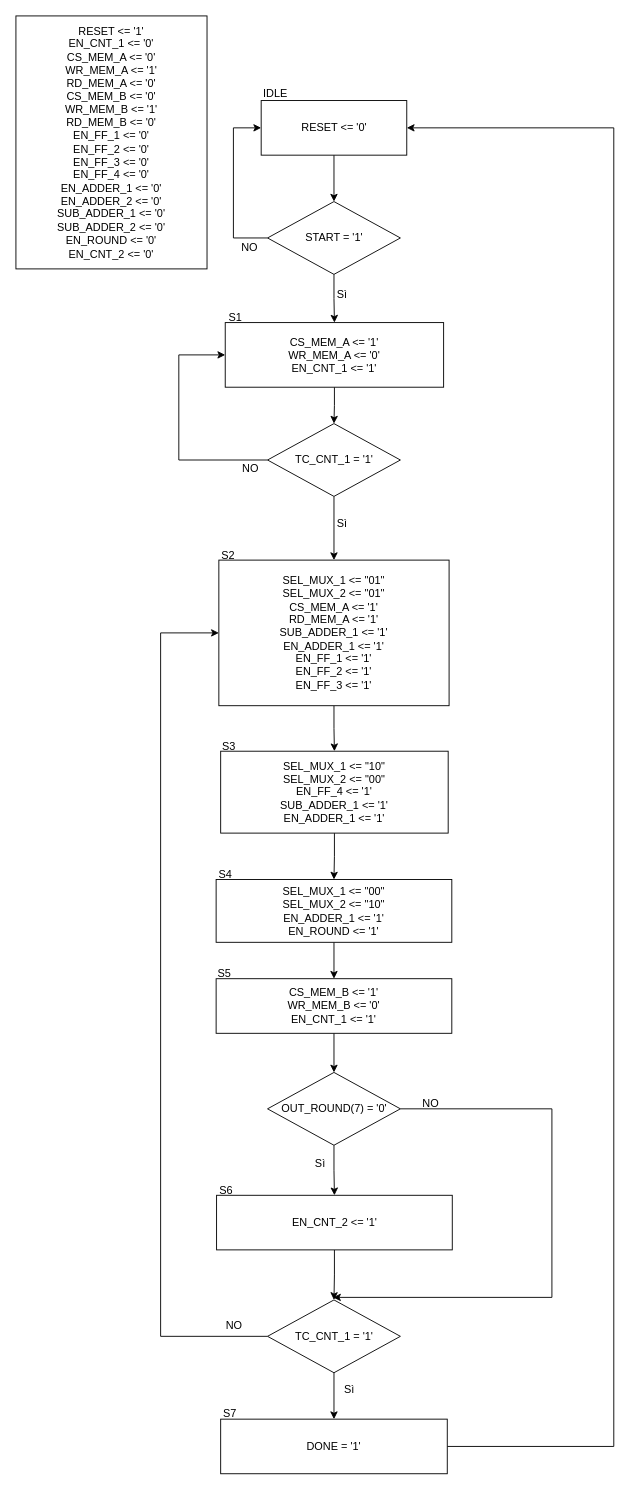
Earlier version of the draw.io diagram lab6/Control ASM.drawio (leobel96/Polito-ESD-NeuralNetwork). Source tidied: cells renumbered, new cells numbered last; positions are measured from the earlier drawing's top-left corner, leaving out a move shared by most shapes. Both pictures are drawn from the tidied source at 91%, with x=0, y=0 at pixel (15, 15).
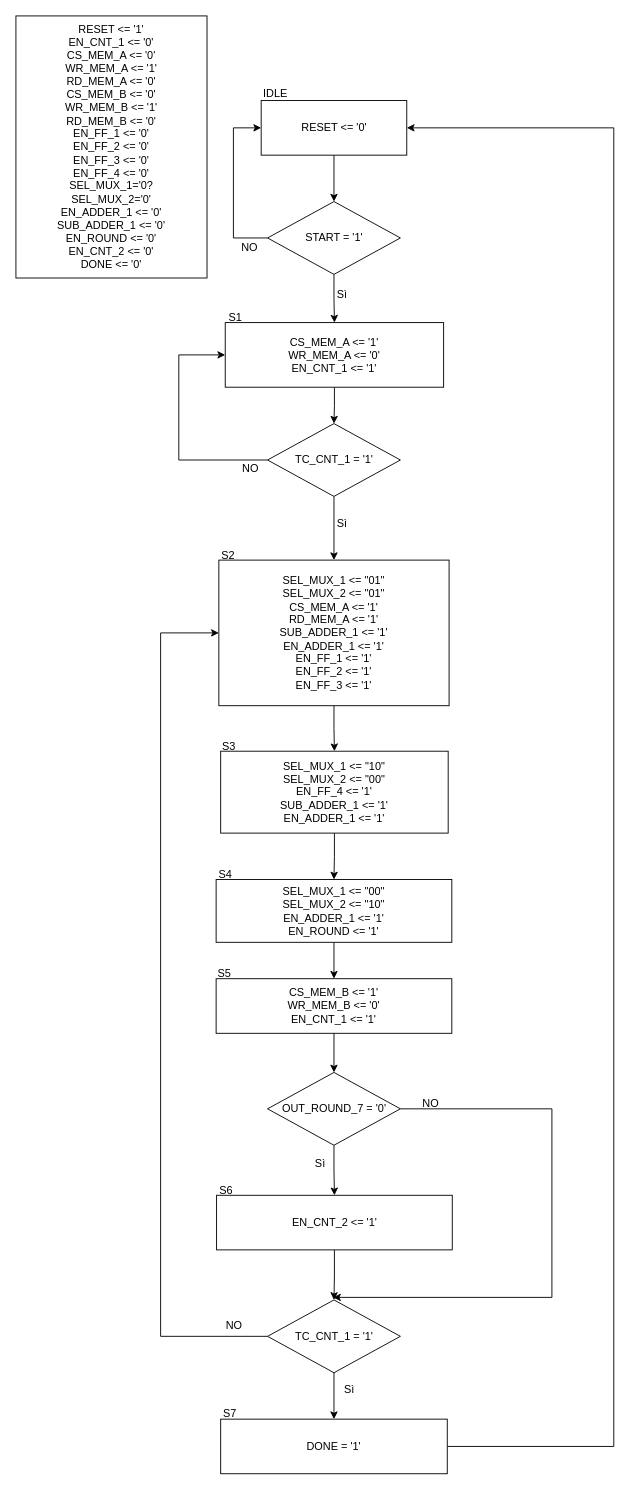
The same diagram, later.

Diff of the diagram source:
```diff
@@
-    <mxCell id="36" value="OUT_ROUND(7) = '0'" style="rhombus;whiteSpace=wrap;html=1;" parent="1" vertex="1">
+    <mxCell id="36" value="OUT_ROUND_7 = '0'" style="rhombus;whiteSpace=wrap;html=1;" parent="1" vertex="1">
       <mxGeometry x="276.5" y="1161" width="146" height="80" as="geometry" />
     </mxCell>
@@
-    <mxCell id="46" value="&lt;div&gt;RESET &amp;lt;= '1'&lt;/div&gt;&lt;div&gt;EN_CNT_1 &amp;lt;= '0'&lt;/div&gt;&lt;div&gt;CS_MEM_A &amp;lt;= '0'&lt;/div&gt;&lt;div&gt;WR_MEM_A &amp;lt;= '1'&lt;/div&gt;&lt;div&gt;RD_MEM_A &amp;lt;= '0'&lt;br&gt;&lt;/div&gt;&lt;div&gt;CS_MEM_B &amp;lt;= '0'&lt;br&gt;&lt;div&gt;WR_MEM_B &amp;lt;= '1'&lt;/div&gt;&lt;div&gt;RD_MEM_B &amp;lt;= '0'&lt;/div&gt;&lt;div&gt;&lt;div&gt;&lt;div&gt;EN_FF_1 &amp;lt;= '0'&lt;/div&gt;&lt;/div&gt;&lt;div&gt;EN_FF_2 &amp;lt;= '0'&lt;/div&gt;&lt;/div&gt;&lt;div&gt;EN_FF_3 &amp;lt;= '0'&lt;/div&gt;&lt;div&gt;EN_FF_4 &amp;lt;= '0'&lt;br&gt;&lt;/div&gt;&lt;div&gt;EN_ADDER_1 &amp;lt;= '0'&lt;/div&gt;&lt;div&gt;EN_ADDER_2 &amp;lt;= '0'&lt;/div&gt;&lt;div&gt;SUB_ADDER_1 &amp;lt;= '0'&lt;/div&gt;&lt;div&gt;SUB_ADDER_2 &amp;lt;= '0'&lt;/div&gt;&lt;/div&gt;&lt;div&gt;EN_ROUND &amp;lt;= '0'&lt;br&gt;&lt;/div&gt;&lt;div&gt;EN_CNT_2 &amp;lt;= '0'&lt;br&gt;&lt;/div&gt;" style="rounded=0;whiteSpace=wrap;html=1;" parent="1" vertex="1">
-      <mxGeometry width="210" height="278" as="geometry" />
+    <mxCell id="46" value="&lt;div&gt;RESET &amp;lt;= '1'&lt;/div&gt;&lt;div&gt;EN_CNT_1 &amp;lt;= '0'&lt;/div&gt;&lt;div&gt;CS_MEM_A &amp;lt;= '0'&lt;/div&gt;&lt;div&gt;WR_MEM_A &amp;lt;= '1'&lt;/div&gt;&lt;div&gt;RD_MEM_A &amp;lt;= '0'&lt;br&gt;&lt;/div&gt;&lt;div&gt;CS_MEM_B &amp;lt;= '0'&lt;br&gt;&lt;div&gt;WR_MEM_B &amp;lt;= '1'&lt;/div&gt;&lt;div&gt;RD_MEM_B &amp;lt;= '0'&lt;/div&gt;&lt;div&gt;&lt;div&gt;&lt;div&gt;EN_FF_1 &amp;lt;= '0'&lt;/div&gt;&lt;/div&gt;&lt;div&gt;EN_FF_2 &amp;lt;= '0'&lt;/div&gt;&lt;/div&gt;&lt;div&gt;EN_FF_3 &amp;lt;= '0'&lt;/div&gt;&lt;div&gt;EN_FF_4 &amp;lt;= '0'&lt;br&gt;&lt;/div&gt;&lt;div&gt;SEL_MUX_1='0?&lt;/div&gt;&lt;div&gt;SEL_MUX_2='0'&lt;/div&gt;&lt;div&gt;EN_ADDER_1 &amp;lt;= '0'&lt;/div&gt;&lt;div&gt;SUB_ADDER_1 &amp;lt;= '0'&lt;/div&gt;&lt;/div&gt;&lt;div&gt;EN_ROUND &amp;lt;= '0'&lt;br&gt;&lt;/div&gt;&lt;div&gt;EN_CNT_2 &amp;lt;= '0'&lt;br&gt;&lt;/div&gt;&lt;div&gt;DONE &amp;lt;= '0'&lt;/div&gt;" style="rounded=0;whiteSpace=wrap;html=1;" parent="1" vertex="1">
+      <mxGeometry width="210" height="288" as="geometry" />
     </mxCell>
```
